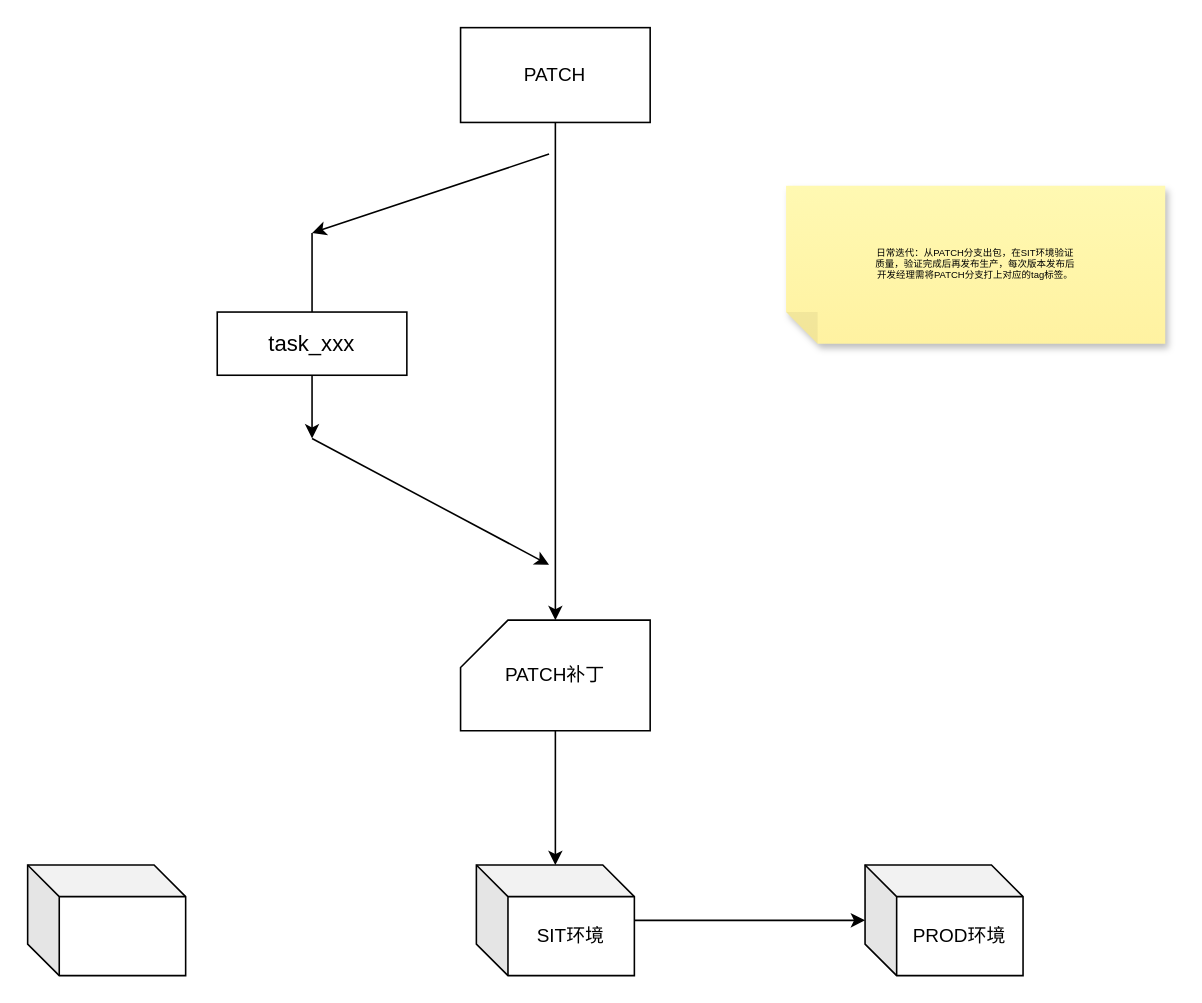
Above: 上线流程规范.drawio in Alphathur/diagram (draw.io), before the change. Source tidied: cells renumbered, new cells numbered last; positions are measured from the earlier drawing's top-left corner, leaving out a move shared by most shapes. Both pictures are drawn from the tidied source at 158%, with x=0, y=0 at pixel (27, 27).
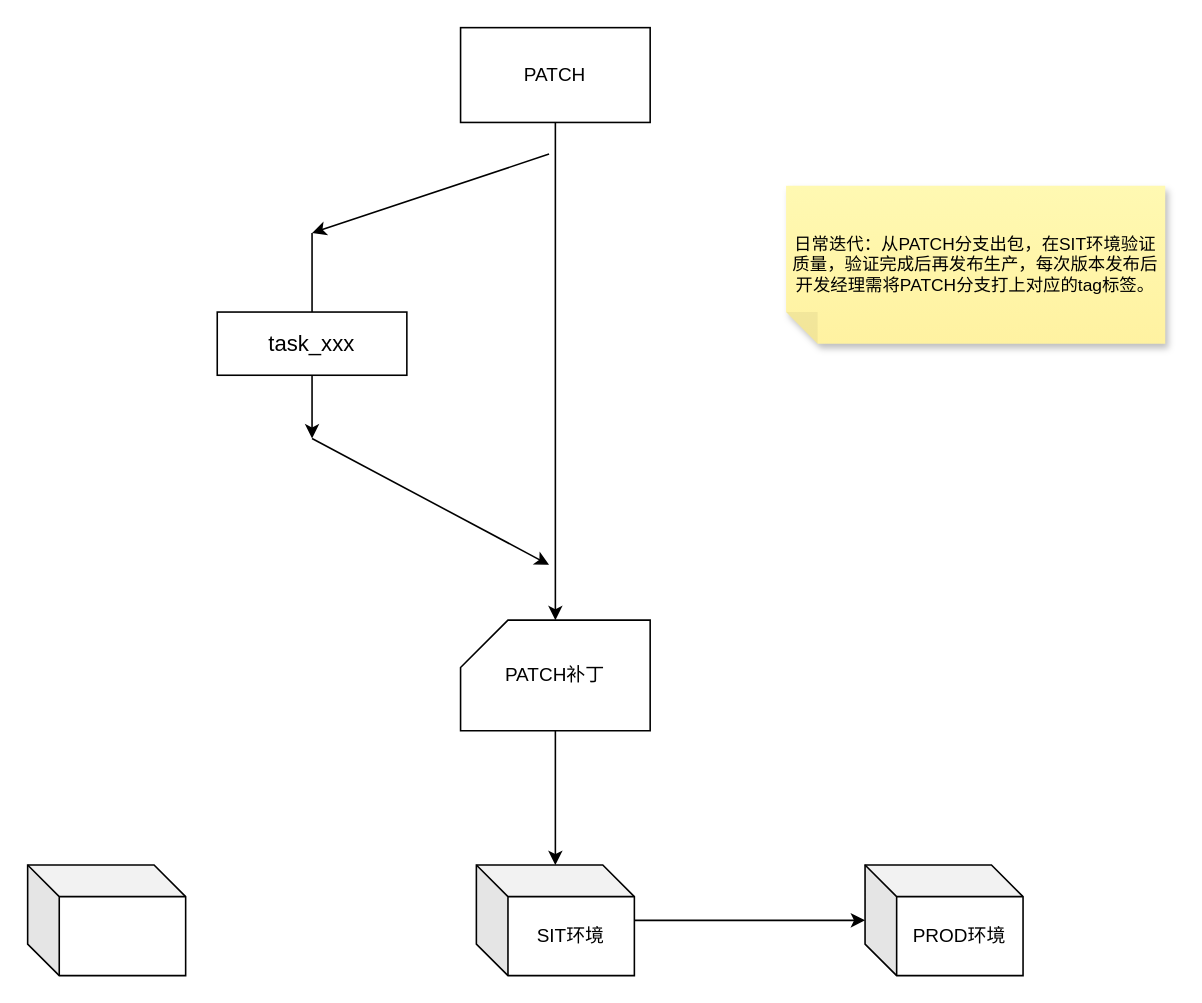
After the change.

Commit message (it also covers changes not shown here):
更新上线流程规范.drawio

What changed in the source:
```diff
@@
 <mxGraphModel>
   <root>
     <mxCell id="0" />
     <mxCell id="1" parent="0" />
     <mxCell id="2" style="edgeStyle=orthogonalEdgeStyle;rounded=0;jettySize=auto;html=1;" parent="1" edge="1" source="3" target="5">
       <mxGeometry relative="1" as="geometry" />
     </mxCell>
     <mxCell id="3" value="PATCH" style="rounded=0;whiteSpace=wrap;html=1;" parent="1" vertex="1">
       <mxGeometry x="274" width="120" height="60" as="geometry" />
     </mxCell>
     <mxCell id="4" style="edgeStyle=orthogonalEdgeStyle;rounded=0;jettySize=auto;html=1;" parent="1" edge="1" source="5" target="13">
       <mxGeometry relative="1" as="geometry" />
     </mxCell>
     <mxCell id="5" value="PATCH补丁" style="shape=card;whiteSpace=wrap;html=1;" parent="1" vertex="1">
       <mxGeometry x="274" y="375" width="120" height="70" as="geometry" />
     </mxCell>
     <mxCell id="6" value="&lt;font style=&quot;font-size: 14px;&quot;&gt;task_xxx&lt;/font&gt;" style="rounded=0;whiteSpace=wrap;html=1;" parent="1" vertex="1">
       <mxGeometry x="120" y="180" width="120" height="40" as="geometry" />
     </mxCell>
     <mxCell id="7" style="endArrow=classic;html=1;rounded=0;" parent="1" edge="1">
       <mxGeometry relative="1" as="geometry">
         <mxPoint x="330" y="80" as="sourcePoint" />
         <mxPoint x="180" y="130" as="targetPoint" />
       </mxGeometry>
     </mxCell>
     <mxCell id="8" style="endArrow=none;html=1;rounded=0;" parent="1" edge="1" source="6">
       <mxGeometry relative="1" as="geometry">
         <mxPoint x="180" y="130" as="targetPoint" />
       </mxGeometry>
     </mxCell>
     <mxCell id="9" style="endArrow=classic;html=1;rounded=0;exitX=0.5;exitY=1;exitDx=0;exitDy=0;" parent="1" edge="1" source="6">
       <mxGeometry relative="1" as="geometry">
         <mxPoint x="180" y="260" as="targetPoint" />
       </mxGeometry>
     </mxCell>
     <mxCell id="10" style="endArrow=classic;html=1;rounded=0;" parent="1" edge="1">
       <mxGeometry relative="1" as="geometry">
         <mxPoint x="180" y="260" as="sourcePoint" />
         <mxPoint x="330" y="340" as="targetPoint" />
       </mxGeometry>
     </mxCell>
     <mxCell id="11" style="shape=cube;whiteSpace=wrap;html=1;boundedLbl=1;backgroundOutline=1;darkOpacity=0.05;darkOpacity2=0.1;rotation=0;" parent="1" vertex="1">
       <mxGeometry y="530" width="100" height="70" as="geometry" />
     </mxCell>
     <mxCell id="12" style="edgeStyle=orthogonalEdgeStyle;rounded=0;jettySize=auto;html=1;" parent="1" edge="1" source="13" target="14">
       <mxGeometry relative="1" as="geometry" />
     </mxCell>
     <mxCell id="13" value="SIT环境" style="shape=cube;whiteSpace=wrap;html=1;boundedLbl=1;backgroundOutline=1;darkOpacity=0.05;darkOpacity2=0.1;rotation=0;" parent="1" vertex="1">
       <mxGeometry x="284" y="530" width="100" height="70" as="geometry" />
     </mxCell>
     <mxCell id="14" value="PROD环境" style="shape=cube;whiteSpace=wrap;html=1;boundedLbl=1;backgroundOutline=1;darkOpacity=0.05;darkOpacity2=0.1;rotation=0;" parent="1" vertex="1">
       <mxGeometry x="530" y="530" width="100" height="70" as="geometry" />
     </mxCell>
-    <mxCell id="15" value="&lt;div&gt;&lt;font face=&quot;Helvetica&quot;&gt;日常迭代：从PATCH分支出包，在SIT环境验证&lt;/font&gt;&lt;/div&gt;&lt;div&gt;&lt;font face=&quot;Helvetica&quot;&gt;质量，验证完成后再发布生产，每次版本发布后&lt;/font&gt;&lt;/div&gt;&lt;div&gt;&lt;font face=&quot;Helvetica&quot;&gt;开发经理需将PATCH分支打上对应的tag标签。&lt;/font&gt;&lt;/div&gt;" style="shape=note;whiteSpace=wrap;html=1;backgroundOutline=1;autosizeText=1;fontColor=#000000;darkOpacity=0.05;fillColor=#FFF9B2;strokeColor=none;fillStyle=solid;fontSize=6;direction=west;gradientDirection=north;gradientColor=#FFF2A1;shadow=1;size=20;" parent="1" vertex="1">
+    <mxCell id="15" value="&lt;div&gt;&lt;font face=&quot;Helvetica&quot; style=&quot;font-size: 11px;&quot;&gt;日常迭代：从PATCH分支出包，在SIT环境验证&lt;/font&gt;&lt;/div&gt;&lt;div&gt;&lt;font face=&quot;Helvetica&quot; style=&quot;font-size: 11px;&quot;&gt;质量，验证完成后再发布生产，每次版本发布后&lt;/font&gt;&lt;/div&gt;&lt;div&gt;&lt;font face=&quot;Helvetica&quot; style=&quot;font-size: 11px;&quot;&gt;开发经理需将PATCH分支打上对应的tag标签。&lt;/font&gt;&lt;/div&gt;" style="shape=note;whiteSpace=wrap;html=1;backgroundOutline=1;autosizeText=1;fontColor=#000000;darkOpacity=0.05;fillColor=#FFF9B2;strokeColor=none;fillStyle=solid;fontSize=6;direction=west;gradientDirection=north;gradientColor=#FFF2A1;shadow=1;size=20;" parent="1" vertex="1">
       <mxGeometry x="480" y="100" width="240" height="100" as="geometry" />
     </mxCell>
   </root>
 </mxGraphModel>
```
